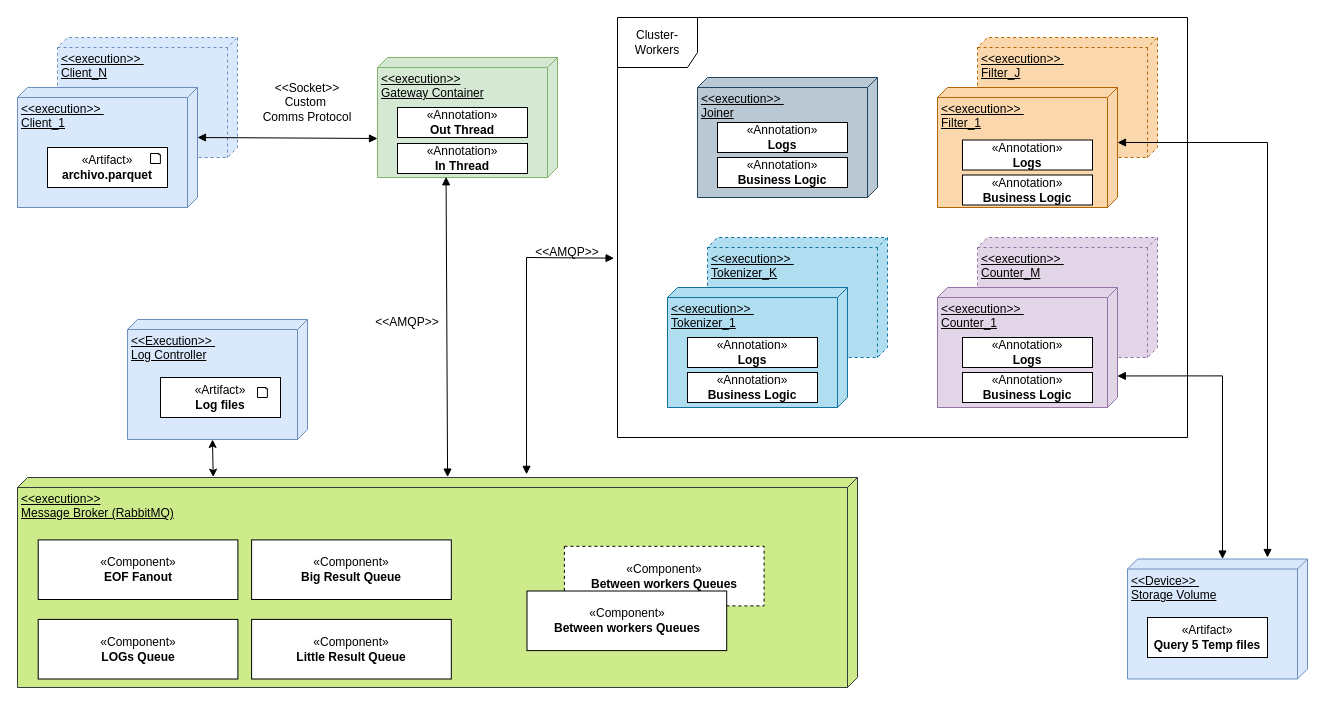
Earlier version of the draw.io diagram docs/Despliegue.drawio (gjosen9999s/tp-final-distribuidos-grupo31). Source tidied: cells renumbered, new cells numbered last; positions are measured from the earlier drawing's top-left corner, leaving out a move shared by most shapes. Both pictures are drawn from the tidied source at 100%, with x=0, y=0 at pixel (17, 17).
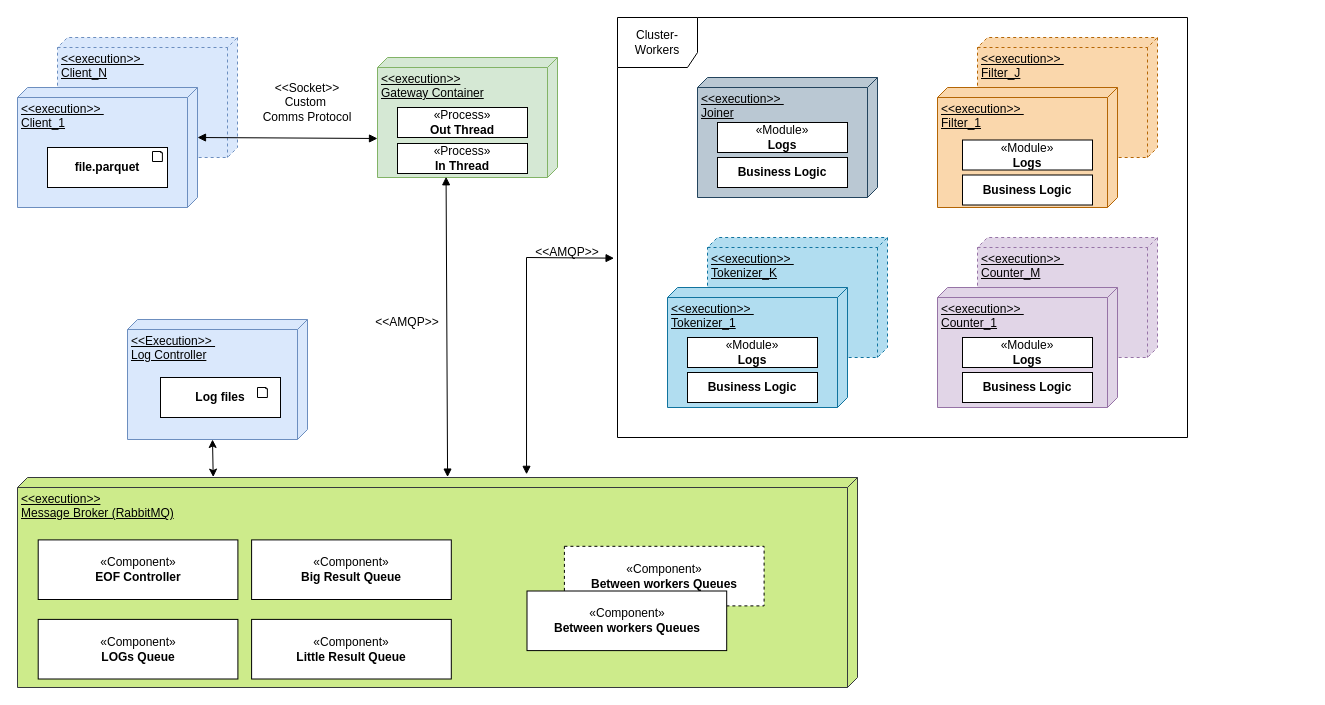
The same diagram, later.

Commit message:
FIX: Diagrama de despliegue

-Quitado el bloque de conexion a persistencia para la Query 5 (en el de robustez se anuncia que los datos pasaran directamente sin persistencia intermedia)
-Quitadas anotaciones innecesarias para archivos
-De EOF Fanout a EOF Controller (Aun en revision)
-Agregadas anotaciones para Logs
-Agregadas anotaciones para procesos Out/In Thread

The change refers to these unchanged cells:
```xml
<mxCell id="9" style="group;rounded=0;curved=1;" parent="1" vertex="1">
  <mxGeometry x="600" width="570" height="420" as="geometry" />
</mxCell>
<mxCell id="13" value="&amp;lt;&amp;lt;execution&amp;gt;&amp;gt;&amp;nbsp;&lt;div&gt;Counter_1&lt;/div&gt;" style="verticalAlign=top;align=left;spacingTop=8;spacingLeft=2;spacingRight=12;shape=cube;size=10;direction=south;fontStyle=4;html=1;whiteSpace=wrap;fillColor=#e1d5e7;strokeColor=#9673a6;" parent="9" vertex="1">
  <mxGeometry x="320" y="270" width="180" height="120" as="geometry" />
</mxCell>
<mxCell id="15" value="&amp;lt;&amp;lt;execution&amp;gt;&amp;gt;&amp;nbsp;&lt;div&gt;Filter_1&lt;/div&gt;" style="verticalAlign=top;align=left;spacingTop=8;spacingLeft=2;spacingRight=12;shape=cube;size=10;direction=south;fontStyle=4;html=1;whiteSpace=wrap;fillColor=#fad7ac;strokeColor=#b46504;" parent="9" vertex="1">
  <mxGeometry x="320" y="70" width="180" height="120" as="geometry" />
</mxCell>
<mxCell id="28" style="group;" parent="1" vertex="1">
  <mxGeometry y="460" width="840" height="210" as="geometry" />
</mxCell>
```

Diff of the diagram source:
```diff
@@
-    <mxCell id="5" value="«Artifact»&lt;br&gt;&lt;b&gt;archivo.parquet&lt;/b&gt;" style="html=1;whiteSpace=wrap;" parent="1" vertex="1">
+    <mxCell id="5" value="&lt;b&gt;file.parquet&lt;/b&gt;" style="html=1;whiteSpace=wrap;" parent="1" vertex="1">
       <mxGeometry x="30" y="130" width="120" height="40" as="geometry" />
     </mxCell>
     <mxCell id="6" style="whiteSpace=wrap;html=1;shape=mxgraph.basic.document;" parent="1" vertex="1">
-      <mxGeometry x="133" y="136" width="10" height="10" as="geometry" />
+      <mxGeometry x="135" y="134" width="10" height="10" as="geometry" />
     </mxCell>
-    <mxCell id="7" value="«Annotation»&lt;br&gt;&lt;b&gt;Out Thread&lt;/b&gt;" style="html=1;whiteSpace=wrap;" parent="1" vertex="1">
+    <mxCell id="7" value="«Process»&lt;br&gt;&lt;b&gt;Out Thread&lt;/b&gt;" style="html=1;whiteSpace=wrap;" parent="1" vertex="1">
       <mxGeometry x="380" y="90" width="130" height="30" as="geometry" />
     </mxCell>
-    <mxCell id="8" value="«Annotation»&lt;br&gt;&lt;b&gt;In Thread&lt;/b&gt;" style="html=1;whiteSpace=wrap;" parent="1" vertex="1">
+    <mxCell id="8" value="«Process»&lt;br&gt;&lt;b&gt;In Thread&lt;/b&gt;" style="html=1;whiteSpace=wrap;" parent="1" vertex="1">
       <mxGeometry x="380" y="126" width="130" height="30" as="geometry" />
     </mxCell>
@@
-    <mxCell id="18" value="«Annotation»&lt;br&gt;&lt;b&gt;Logs&lt;/b&gt;" style="html=1;whiteSpace=wrap;" parent="9" vertex="1">
+    <mxCell id="18" value="«Module»&lt;br&gt;&lt;b&gt;Logs&lt;/b&gt;" style="html=1;whiteSpace=wrap;" parent="9" vertex="1">
       <mxGeometry x="100" y="105" width="130" height="30" as="geometry" />
     </mxCell>
-    <mxCell id="19" value="«Annotation»&lt;br&gt;&lt;b&gt;Business Logic&lt;/b&gt;" style="html=1;whiteSpace=wrap;" parent="9" vertex="1">
+    <mxCell id="19" value="&lt;b&gt;Business Logic&lt;/b&gt;" style="html=1;whiteSpace=wrap;" parent="9" vertex="1">
       <mxGeometry x="100" y="140" width="130" height="30" as="geometry" />
     </mxCell>
-    <mxCell id="20" value="«Annotation»&lt;br&gt;&lt;b&gt;Logs&lt;/b&gt;" style="html=1;whiteSpace=wrap;" parent="9" vertex="1">
+    <mxCell id="20" value="«Module»&lt;br&gt;&lt;b&gt;Logs&lt;/b&gt;" style="html=1;whiteSpace=wrap;" parent="9" vertex="1">
       <mxGeometry x="345" y="122.5" width="130" height="30" as="geometry" />
     </mxCell>
-    <mxCell id="21" value="«Annotation»&lt;br&gt;&lt;b&gt;Business Logic&lt;/b&gt;" style="html=1;whiteSpace=wrap;" parent="9" vertex="1">
+    <mxCell id="21" value="&lt;b&gt;Business Logic&lt;/b&gt;" style="html=1;whiteSpace=wrap;" parent="9" vertex="1">
       <mxGeometry x="345" y="157.5" width="130" height="30" as="geometry" />
     </mxCell>
-    <mxCell id="22" value="«Annotation»&lt;br&gt;&lt;b&gt;Logs&lt;/b&gt;" style="html=1;whiteSpace=wrap;" parent="9" vertex="1">
+    <mxCell id="22" value="«Module»&lt;br&gt;&lt;b&gt;Logs&lt;/b&gt;" style="html=1;whiteSpace=wrap;" parent="9" vertex="1">
       <mxGeometry x="70" y="320" width="130" height="30" as="geometry" />
     </mxCell>
-    <mxCell id="23" value="«Annotation»&lt;br&gt;&lt;b&gt;Business Logic&lt;/b&gt;" style="html=1;whiteSpace=wrap;" parent="9" vertex="1">
+    <mxCell id="23" value="&lt;b&gt;Business Logic&lt;/b&gt;" style="html=1;whiteSpace=wrap;" parent="9" vertex="1">
       <mxGeometry x="70" y="355" width="130" height="30" as="geometry" />
     </mxCell>
-    <mxCell id="24" value="«Annotation»&lt;br&gt;&lt;b&gt;Logs&lt;/b&gt;" style="html=1;whiteSpace=wrap;" parent="9" vertex="1">
+    <mxCell id="24" value="«Module»&lt;br&gt;&lt;b&gt;Logs&lt;/b&gt;" style="html=1;whiteSpace=wrap;" parent="9" vertex="1">
       <mxGeometry x="345" y="320" width="130" height="30" as="geometry" />
     </mxCell>
-    <mxCell id="25" value="«Annotation»&lt;br&gt;&lt;b&gt;Business Logic&lt;/b&gt;" style="html=1;whiteSpace=wrap;" parent="9" vertex="1">
+    <mxCell id="25" value="&lt;b&gt;Business Logic&lt;/b&gt;" style="html=1;whiteSpace=wrap;" parent="9" vertex="1">
       <mxGeometry x="345" y="355" width="130" height="30" as="geometry" />
     </mxCell>
@@
-    <mxCell id="30" value="«Component»&lt;br&gt;&lt;b&gt;EOF Fanout&lt;/b&gt;" style="html=1;whiteSpace=wrap;" parent="28" vertex="1">
+    <mxCell id="30" value="«Component»&lt;br&gt;&lt;b&gt;EOF Controller&lt;/b&gt;" style="html=1;whiteSpace=wrap;" parent="28" vertex="1">
       <mxGeometry x="20.7" y="62.4" width="199.7" height="59.6" as="geometry" />
     </mxCell>
@@
-    <mxCell id="36" value="&amp;lt;&amp;lt;Device&amp;gt;&amp;gt;&amp;nbsp;&lt;div&gt;Storage Volume&lt;/div&gt;" style="verticalAlign=top;align=left;spacingTop=8;spacingLeft=2;spacingRight=12;shape=cube;size=10;direction=south;fontStyle=4;html=1;whiteSpace=wrap;fillColor=#dae8fc;strokeColor=#6c8ebf;" parent="1" vertex="1">
-      <mxGeometry x="1110" y="541.5" width="180" height="120" as="geometry" />
-    </mxCell>
-    <mxCell id="37" style="endArrow=block;startArrow=block;endFill=1;startFill=1;html=1;rounded=0;entryX=0;entryY=0;entryDx=0;entryDy=85.00000000000001;entryPerimeter=0;exitX=0.737;exitY=0.001;exitDx=0;exitDy=0;exitPerimeter=0;" parent="1" edge="1" source="13" target="36">
-      <mxGeometry x="-0.01" relative="1" as="geometry">
-        <Array as="points">
-          <mxPoint x="1205" y="358.4" />
-        </Array>
-      </mxGeometry>
-    </mxCell>
-    <mxCell id="38" style="endArrow=block;startArrow=block;endFill=1;startFill=1;html=1;rounded=0;exitX=0;exitY=0;exitDx=55;exitDy=0;exitPerimeter=0;" parent="1" edge="1" source="15">
-      <mxGeometry x="-0.01" relative="1" as="geometry">
-        <mxPoint x="1250" y="540" as="targetPoint" />
-        <Array as="points">
-          <mxPoint x="1250" y="125" />
-        </Array>
-      </mxGeometry>
-    </mxCell>
@@
-    <mxCell id="45" value="«Artifact»&lt;br&gt;&lt;b&gt;Query 5 Temp files&lt;/b&gt;" style="html=1;whiteSpace=wrap;" parent="1" vertex="1">
-      <mxGeometry x="1130" y="600" width="120" height="40" as="geometry" />
-    </mxCell>
-    <mxCell id="46" value="«Artifact»&lt;br&gt;&lt;b&gt;Log files&lt;/b&gt;" style="html=1;whiteSpace=wrap;" parent="1" vertex="1">
+    <mxCell id="46" value="&lt;b&gt;Log files&lt;/b&gt;" style="html=1;whiteSpace=wrap;" parent="1" vertex="1">
       <mxGeometry x="143" y="360" width="120" height="40" as="geometry" />
     </mxCell>
```
